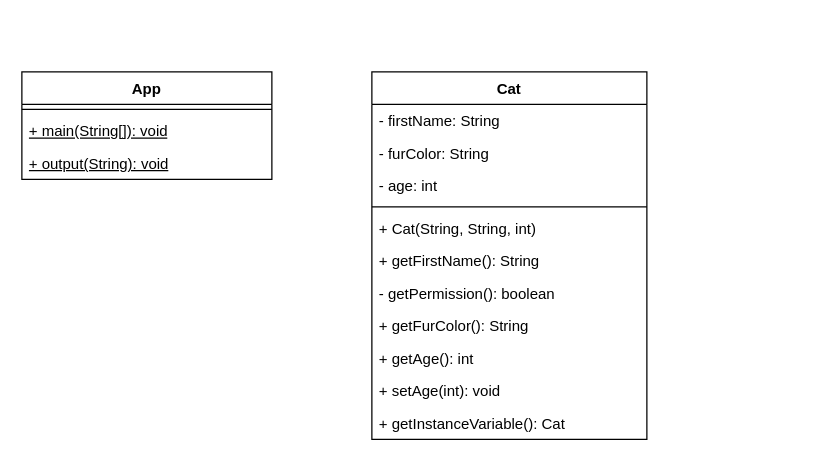
kevkabeats/02b_Klassen_Objekte_2 keeps this draw.io diagram as klassendiagramm.drawio. Above is the earlier version. Source tidied: cells renumbered, new cells numbered last; positions are measured from the earlier drawing's top-left corner, leaving out a move shared by most shapes. Both pictures are drawn from the tidied source at 125%, with x=0, y=0 at pixel (21, 71).
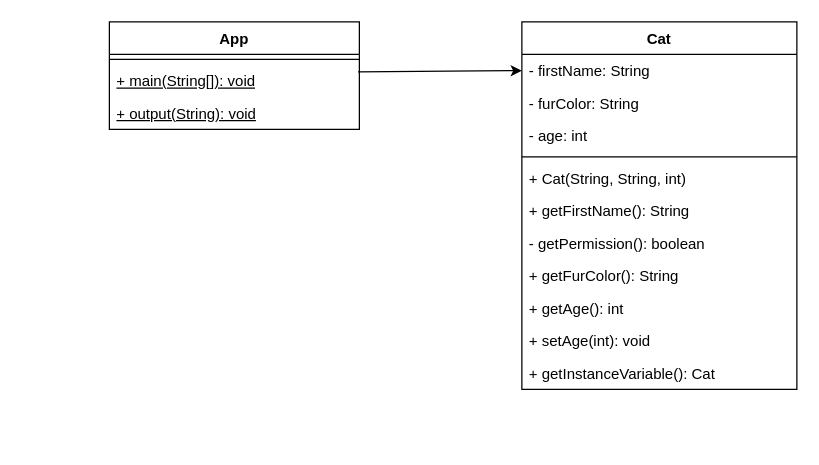
Above is the later version.

The edit, as a diff of the source:
```diff
@@
 <mxGraphModel>
   <root>
     <mxCell id="0" />
     <mxCell id="1" parent="0" />
     <mxCell id="2" value="Cat" style="swimlane;fontStyle=1;align=center;verticalAlign=top;horizontal=1;startSize=26;whiteSpace=wrap;html=1;" parent="1" vertex="1">
-      <mxGeometry x="280" width="220" height="294" as="geometry" />
+      <mxGeometry x="400" y="-40" width="220" height="294" as="geometry" />
     </mxCell>
     <mxCell id="3" value="- firstName: String" style="text;strokeColor=none;fillColor=none;align=left;verticalAlign=top;spacingLeft=4;spacingRight=4;overflow=hidden;whiteSpace=wrap;html=1;" parent="2" vertex="1">
       <mxGeometry y="26" width="220" height="26" as="geometry" />
     </mxCell>
     <mxCell id="4" value="- furColor: String" style="text;strokeColor=none;fillColor=none;align=left;verticalAlign=top;spacingLeft=4;spacingRight=4;overflow=hidden;whiteSpace=wrap;html=1;" parent="2" vertex="1">
       <mxGeometry y="52" width="220" height="26" as="geometry" />
     </mxCell>
     <mxCell id="5" value="- age: int" style="text;strokeColor=none;fillColor=none;align=left;verticalAlign=top;spacingLeft=4;spacingRight=4;overflow=hidden;whiteSpace=wrap;html=1;" parent="2" vertex="1">
       <mxGeometry y="78" width="220" height="26" as="geometry" />
     </mxCell>
     <mxCell id="6" style="line;strokeWidth=1;fillColor=none;align=left;verticalAlign=middle;spacingTop=-1;spacingLeft=3;spacingRight=3;labelPosition=right;strokeColor=inherit;" parent="2" vertex="1">
       <mxGeometry y="104" width="220" height="8" as="geometry" />
     </mxCell>
     <mxCell id="7" value="+ Cat(String, String, int)" style="text;strokeColor=none;fillColor=none;align=left;verticalAlign=top;spacingLeft=4;spacingRight=4;overflow=hidden;whiteSpace=wrap;html=1;" parent="2" vertex="1">
       <mxGeometry y="112" width="220" height="26" as="geometry" />
     </mxCell>
     <mxCell id="8" value="+ getFirstName(): String" style="text;strokeColor=none;fillColor=none;align=left;verticalAlign=top;spacingLeft=4;spacingRight=4;overflow=hidden;whiteSpace=wrap;html=1;" parent="2" vertex="1">
       <mxGeometry y="138" width="220" height="26" as="geometry" />
     </mxCell>
     <mxCell id="9" value="- getPermission(): boolean" style="text;strokeColor=none;fillColor=none;align=left;verticalAlign=top;spacingLeft=4;spacingRight=4;overflow=hidden;whiteSpace=wrap;html=1;" parent="2" vertex="1">
       <mxGeometry y="164" width="220" height="26" as="geometry" />
     </mxCell>
     <mxCell id="10" value="+ getFurColor(): String" style="text;strokeColor=none;fillColor=none;align=left;verticalAlign=top;spacingLeft=4;spacingRight=4;overflow=hidden;whiteSpace=wrap;html=1;" parent="2" vertex="1">
       <mxGeometry y="190" width="220" height="26" as="geometry" />
     </mxCell>
     <mxCell id="11" value="+ getAge(): int" style="text;strokeColor=none;fillColor=none;align=left;verticalAlign=top;spacingLeft=4;spacingRight=4;overflow=hidden;whiteSpace=wrap;html=1;" parent="2" vertex="1">
       <mxGeometry y="216" width="220" height="26" as="geometry" />
     </mxCell>
     <mxCell id="12" value="+ setAge(int): void" style="text;strokeColor=none;fillColor=none;align=left;verticalAlign=top;spacingLeft=4;spacingRight=4;overflow=hidden;whiteSpace=wrap;html=1;" parent="2" vertex="1">
       <mxGeometry y="242" width="220" height="26" as="geometry" />
     </mxCell>
     <mxCell id="13" value="+ getInstanceVariable(): Cat" style="text;strokeColor=none;fillColor=none;align=left;verticalAlign=top;spacingLeft=4;spacingRight=4;overflow=hidden;whiteSpace=wrap;html=1;" parent="2" vertex="1">
       <mxGeometry y="268" width="220" height="26" as="geometry" />
     </mxCell>
     <mxCell id="14" value="App" style="swimlane;fontStyle=1;align=center;verticalAlign=top;horizontal=1;startSize=26;whiteSpace=wrap;html=1;" parent="1" vertex="1">
-      <mxGeometry width="200" height="86" as="geometry" />
+      <mxGeometry x="70" y="-40" width="200" height="86" as="geometry" />
     </mxCell>
     <mxCell id="15" style="line;strokeWidth=1;fillColor=none;align=left;verticalAlign=middle;spacingTop=-1;spacingLeft=3;spacingRight=3;labelPosition=right;strokeColor=inherit;" parent="14" vertex="1">
       <mxGeometry y="26" width="200" height="8" as="geometry" />
     </mxCell>
     <mxCell id="16" value="&lt;u&gt;+ main(String[]): void&lt;/u&gt;" style="text;strokeColor=none;fillColor=none;align=left;verticalAlign=top;spacingLeft=4;spacingRight=4;overflow=hidden;whiteSpace=wrap;html=1;" parent="14" vertex="1">
       <mxGeometry y="34" width="200" height="26" as="geometry" />
     </mxCell>
     <mxCell id="17" value="&lt;u&gt;+ output(String): void&lt;/u&gt;" style="text;strokeColor=none;fillColor=none;align=left;verticalAlign=top;spacingLeft=4;spacingRight=4;overflow=hidden;whiteSpace=wrap;html=1;" parent="14" vertex="1">
       <mxGeometry y="60" width="200" height="26" as="geometry" />
     </mxCell>
+    <mxCell id="18" style="edgeStyle=none;orthogonalLoop=1;jettySize=auto;html=1;" parent="1" edge="1">
+      <mxGeometry relative="1" as="geometry">
+        <mxPoint x="269" as="sourcePoint" />
+        <mxPoint x="400" y="-1" as="targetPoint" />
+      </mxGeometry>
+    </mxCell>
   </root>
 </mxGraphModel>
```
